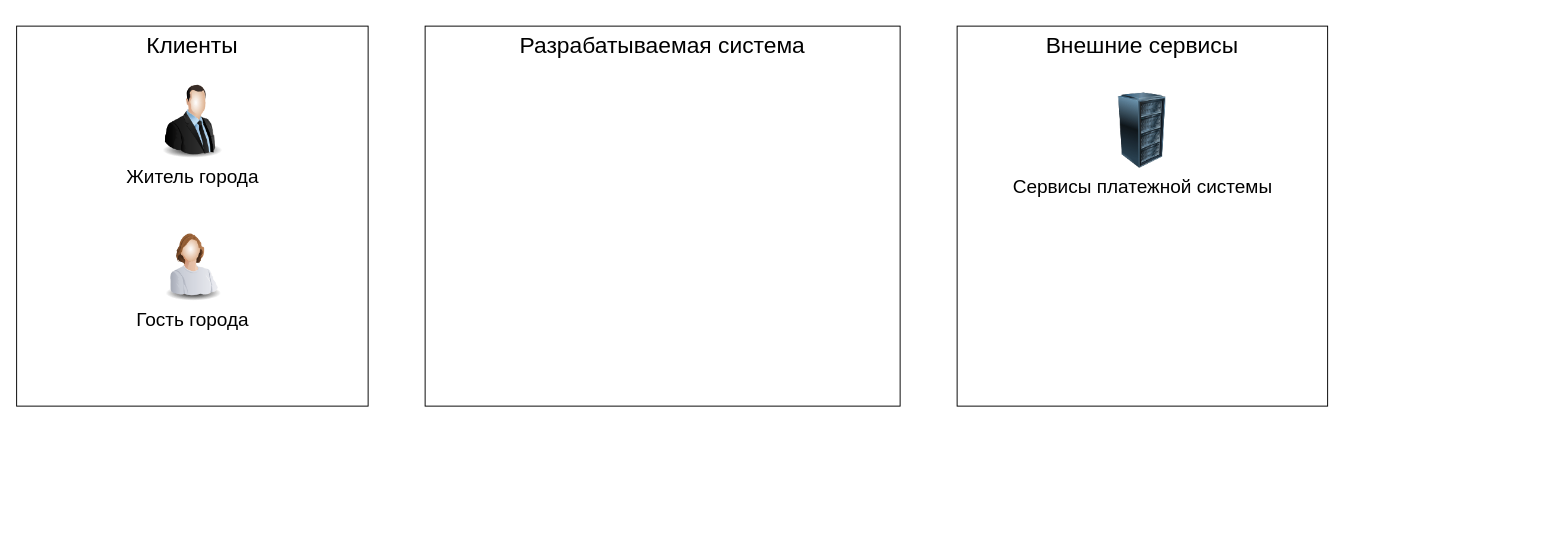
This is src/Архитектура системы.drawio from era-ants/diagrams, a draw.io file, before an edit. Source tidied: cells renumbered, new cells numbered last; positions are measured from the earlier drawing's top-left corner, leaving out a move shared by most shapes. Both pictures are drawn from the tidied source at 95%, with x=0, y=0 at pixel (16, 26). Pictures stored in the file or linked from it are replaced by grey dashed boxes.
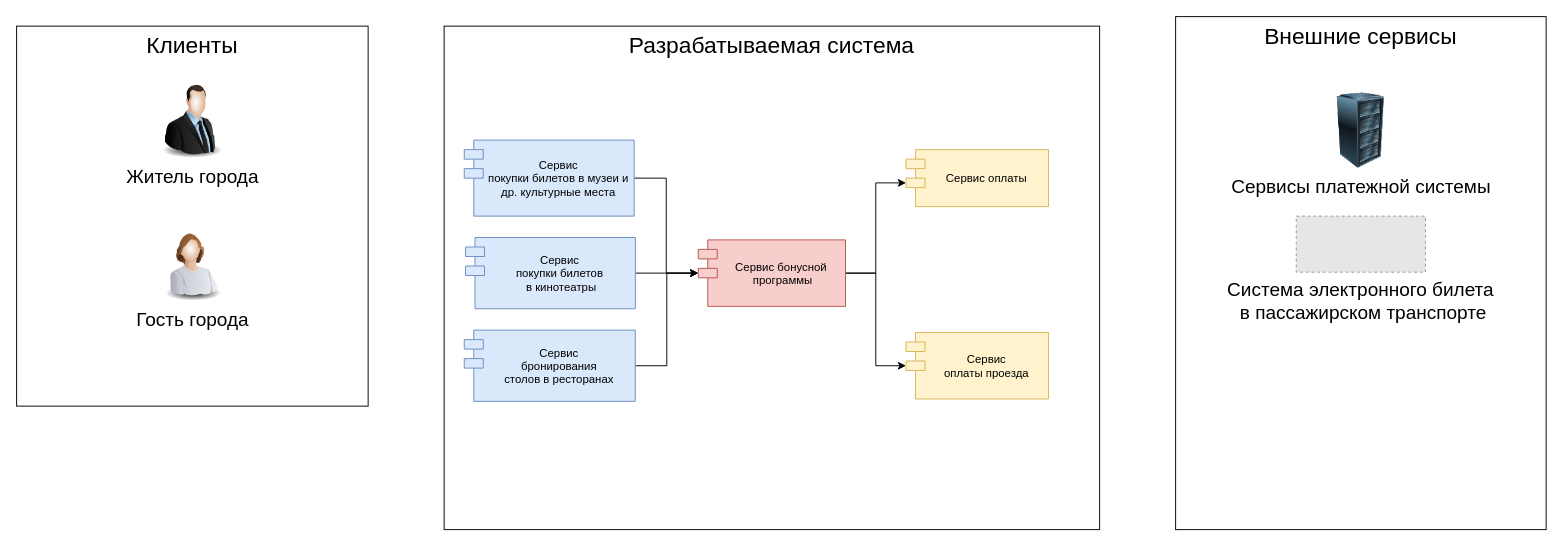
Above is the later version.

What changed in the source:
```diff
@@
 <mxGraphModel>
   <root>
     <mxCell id="0" />
     <mxCell id="1" parent="0" />
     <mxCell id="2" value="Внешние сервисы" style="rounded=0;whiteSpace=wrap;html=1;fontSize=24;verticalAlign=top;" parent="1" vertex="1">
-      <mxGeometry x="990" width="390" height="400" as="geometry" />
+      <mxGeometry x="1220" y="-10" width="390" height="540" as="geometry" />
     </mxCell>
     <mxCell id="3" value="Разрабатываемая система" style="rounded=0;whiteSpace=wrap;html=1;verticalAlign=top;fontSize=24;" parent="1" vertex="1">
-      <mxGeometry x="430" width="500" height="400" as="geometry" />
+      <mxGeometry x="450" width="690" height="530" as="geometry" />
     </mxCell>
     <mxCell id="4" value="Клиенты" style="rounded=0;whiteSpace=wrap;html=1;fontSize=24;verticalAlign=top;" parent="1" vertex="1">
       <mxGeometry width="370" height="400" as="geometry" />
     </mxCell>
     <mxCell id="5" value="Сервисы платежной системы" style="image;html=1;image=img/lib/clip_art/computers/Server_Rack_128x128.png;fontSize=20;" parent="1" vertex="1">
-      <mxGeometry x="1145" y="70" width="80" height="80" as="geometry" />
+      <mxGeometry x="1375" y="70" width="80" height="80" as="geometry" />
     </mxCell>
     <mxCell id="6" value="Житель города" style="image;html=1;image=img/lib/clip_art/people/Suit_Man_128x128.png;fontSize=20;" parent="1" vertex="1">
       <mxGeometry x="145" y="60" width="80" height="80" as="geometry" />
     </mxCell>
     <mxCell id="7" value="Гость города" style="image;html=1;image=img/lib/clip_art/people/Worker_Woman_128x128.png;fontSize=20;" parent="1" vertex="1">
       <mxGeometry x="145" y="210" width="80" height="80" as="geometry" />
     </mxCell>
+    <mxCell id="8" value="Сервис оплаты" style="shape=module;align=left;spacingLeft=20;align=center;verticalAlign=middle;fillColor=#fff2cc;strokeColor=#d6b656;" parent="1" vertex="1">
+      <mxGeometry x="936.2" y="130" width="150" height="60" as="geometry" />
+    </mxCell>
+    <mxCell id="9" style="edgeStyle=orthogonalEdgeStyle;rounded=0;jettySize=auto;html=1;exitX=1;exitY=0.5;exitDx=0;exitDy=0;entryX=0;entryY=0;entryDx=0;entryDy=35;entryPerimeter=0;fontSize=19;" parent="1" edge="1" source="11" target="8">
+      <mxGeometry relative="1" as="geometry" />
+    </mxCell>
+    <mxCell id="10" style="edgeStyle=orthogonalEdgeStyle;rounded=0;jettySize=auto;html=1;exitX=1;exitY=0.5;exitDx=0;exitDy=0;entryX=0;entryY=0;entryDx=0;entryDy=35;entryPerimeter=0;fontSize=19;" parent="1" edge="1" source="11" target="12">
+      <mxGeometry relative="1" as="geometry" />
+    </mxCell>
+    <mxCell id="11" value="Сервис бонусной&#10; программы" style="shape=module;align=left;spacingLeft=20;align=center;verticalAlign=middle;fillColor=#f8cecc;strokeColor=#b85450;" parent="1" vertex="1">
+      <mxGeometry x="717.5" y="225" width="155" height="70" as="geometry" />
+    </mxCell>
+    <mxCell id="12" value="Сервис &#10;оплаты проезда" style="shape=module;align=left;spacingLeft=20;align=center;verticalAlign=middle;fillColor=#fff2cc;strokeColor=#d6b656;" parent="1" vertex="1">
+      <mxGeometry x="936.2" y="322.5" width="150" height="70" as="geometry" />
+    </mxCell>
+    <mxCell id="13" style="edgeStyle=orthogonalEdgeStyle;rounded=0;jettySize=auto;html=1;exitX=1;exitY=0.5;exitDx=0;exitDy=0;entryX=0;entryY=0;entryDx=0;entryDy=35;entryPerimeter=0;fontSize=19;" parent="1" edge="1" source="14" target="11">
+      <mxGeometry relative="1" as="geometry" />
+    </mxCell>
+    <mxCell id="14" value="Сервис &#10;бронирования &#10;столов в ресторанах" style="shape=module;align=left;spacingLeft=20;align=center;verticalAlign=middle;gradientDirection=west;fillColor=#dae8fc;strokeColor=#6c8ebf;" parent="1" vertex="1">
+      <mxGeometry x="471.2" y="320" width="180" height="75" as="geometry" />
+    </mxCell>
+    <mxCell id="15" value="Система электронного билета&#10; в пассажирском транспорте" style="fillColor=#E6E6E6;strokeColor=#999999;dashed=1;verticalLabelPosition=bottom;labelBackgroundColor=#ffffff;verticalAlign=top;fontSize=20;" parent="1" vertex="1">
+      <mxGeometry x="1347" y="200" width="136" height="59" as="geometry" />
+    </mxCell>
+    <mxCell id="16" style="edgeStyle=orthogonalEdgeStyle;rounded=0;jettySize=auto;html=1;exitX=1;exitY=0.5;exitDx=0;exitDy=0;entryX=0;entryY=0;entryDx=0;entryDy=35;entryPerimeter=0;fontSize=19;" parent="1" edge="1" source="17" target="11">
+      <mxGeometry relative="1" as="geometry" />
+    </mxCell>
+    <mxCell id="17" value="Сервис &#10;покупки билетов&#10; в кинотеатры" style="shape=module;align=left;spacingLeft=20;align=center;verticalAlign=middle;fillColor=#dae8fc;strokeColor=#6c8ebf;" parent="1" vertex="1">
+      <mxGeometry x="472.5" y="222.5" width="178.8" height="75" as="geometry" />
+    </mxCell>
+    <mxCell id="18" style="edgeStyle=orthogonalEdgeStyle;rounded=0;jettySize=auto;html=1;entryX=0;entryY=0;entryDx=0;entryDy=35;entryPerimeter=0;fontSize=19;" parent="1" edge="1" source="19" target="11">
+      <mxGeometry relative="1" as="geometry" />
+    </mxCell>
+    <mxCell id="19" value="Сервис &#10;покупки билетов в музеи и &#10;др. культурные места" style="shape=module;align=left;spacingLeft=20;align=center;verticalAlign=middle;fillColor=#dae8fc;strokeColor=#6c8ebf;" parent="1" vertex="1">
+      <mxGeometry x="471.2" y="120" width="178.8" height="80" as="geometry" />
+    </mxCell>
   </root>
 </mxGraphModel>
```
